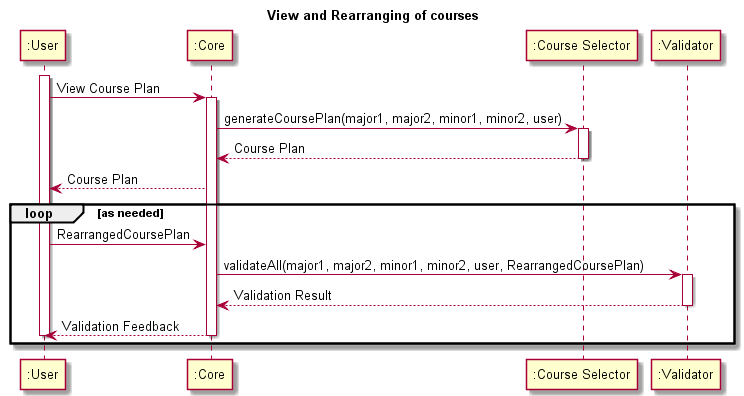
Above: Diagrams/Sequence View and Rearranging Courses.png in r3r/comp2140 (PlantUML), before the change. Source of this version:
```plantuml
@startuml
title View and Rearranging of courses
participant ":User" as User
participant ":Core" as USCC
participant ":Course Selector" as CS
participant ":Validator" as Validator
activate User

User -> USCC : View Course Plan
activate USCC

USCC -> CS : generateCoursePlan(major1, major2, minor1, minor2, user)
activate CS
CS --> USCC : Course Plan
deactivate CS
USCC --> User : Course Plan
loop as needed
	User -> USCC : RearrangedCoursePlan
	USCC -> Validator : validateAll(major1, major2, minor1, minor2, user, RearrangedCoursePlan)
	activate Validator
	Validator --> USCC : Validation Result
	deactivate Validator
	USCC --> User : Validation Feedback
	deactivate USCC
end
deactivate User

@enduml
```
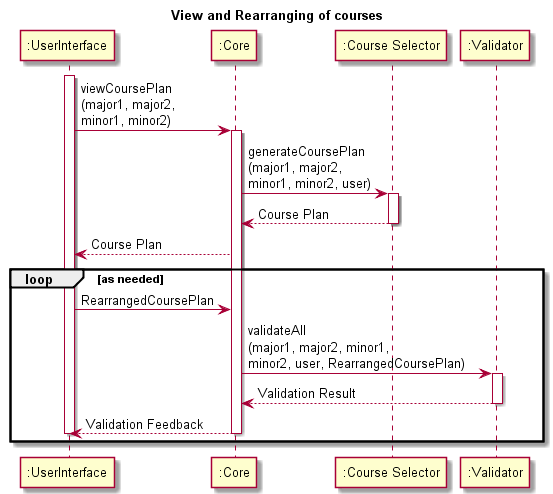
Above is the later version.

Commit message:
Completed Project for submission in course

Diff of the diagram source:
```diff
@@ -1,22 +1,22 @@
 @startuml
 title View and Rearranging of courses
-participant ":User" as User
+participant ":UserInterface" as User
 participant ":Core" as USCC
 participant ":Course Selector" as CS
 participant ":Validator" as Validator
 activate User
 
-User -> USCC : View Course Plan
+User -> USCC : viewCoursePlan\n(major1, major2, \nminor1, minor2)
 activate USCC
 
-USCC -> CS : generateCoursePlan(major1, major2, minor1, minor2, user)
+USCC -> CS : generateCoursePlan\n(major1, major2, \nminor1, minor2, user)
 activate CS
 CS --> USCC : Course Plan
 deactivate CS
 USCC --> User : Course Plan
 loop as needed
 	User -> USCC : RearrangedCoursePlan
-	USCC -> Validator : validateAll(major1, major2, minor1, minor2, user, RearrangedCoursePlan)
+	USCC -> Validator : validateAll\n(major1, major2, minor1, \nminor2, user, RearrangedCoursePlan)
 	activate Validator
 	Validator --> USCC : Validation Result
 	deactivate Validator
```
